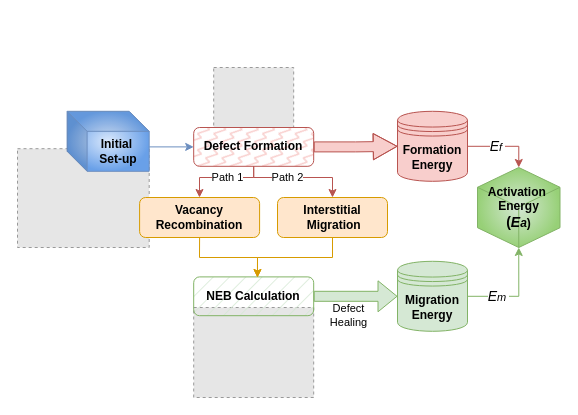
yicao-elina/drawio keeps this draw.io diagram as Copy of Untitled Diagram.drawio. Above is the earlier version. Source tidied: cells renumbered, new cells numbered last; positions are measured from the earlier drawing's top-left corner, leaving out a move shared by most shapes. Both pictures are drawn from the tidied source at 100%, with x=0, y=0 at pixel (17, 67). Pictures stored in the file or linked from it are replaced by grey dashed boxes.
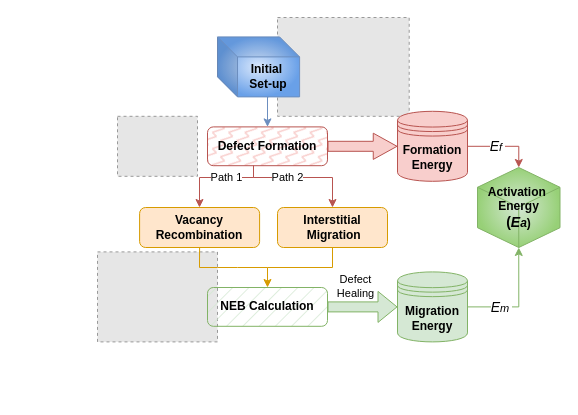
The same page after the edit.

Unchanged cells that the change refers to:
```xml
<mxCell id="6" style="edgeStyle=orthogonalEdgeStyle;rounded=0;jettySize=auto;html=1;entryX=0.5;entryY=0;entryDx=0;entryDy=0;fillColor=#f8cecc;strokeColor=#b85450;" parent="1" edge="1" source="8" target="9">
  <mxGeometry relative="1" as="geometry">
    <Array as="points">
      <mxPoint x="236" y="110" />
      <mxPoint x="315" y="110" />
    </Array>
  </mxGeometry>
</mxCell>
<mxCell id="21" style="endArrow=classic;html=1;rounded=0;entryX=0;entryY=0.5;entryDx=0;entryDy=0;exitX=1;exitY=0.5;exitDx=0;exitDy=0;fillColor=#d5e8d4;strokeColor=#82b366;shape=flexArrow;" parent="1" edge="1" source="11" target="14">
  <mxGeometry relative="1" as="geometry" />
</mxCell>
<mxCell id="25" style="edgeStyle=orthogonalEdgeStyle;rounded=0;jettySize=auto;html=1;fillColor=#f8cecc;strokeColor=#b85450;" parent="1" edge="1" source="8" target="10">
  <mxGeometry relative="1" as="geometry">
    <Array as="points">
      <mxPoint x="236" y="110" />
      <mxPoint x="182" y="110" />
    </Array>
  </mxGeometry>
</mxCell>
```

What changed in the source:
```diff
@@
     <mxCell id="2" style="fillColor=#E6E6E6;strokeColor=#999999;dashed=1;verticalLabelPosition=bottom;labelBackgroundColor=default;verticalAlign=top;" parent="1" vertex="1">
-      <mxGeometry x="176.2" y="240" width="120" height="90" as="geometry" />
+      <mxGeometry x="80" y="184.4" width="120" height="90" as="geometry" />
     </mxCell>
     <mxCell id="3" style="fillColor=#E6E6E6;strokeColor=#999999;dashed=1;verticalLabelPosition=bottom;labelBackgroundColor=default;verticalAlign=top;" parent="1" vertex="1">
-      <mxGeometry y="81.2" width="131.7" height="98.8" as="geometry" />
+      <mxGeometry x="260" y="-50" width="131.7" height="98.8" as="geometry" />
     </mxCell>
     <mxCell id="4" style="fillColor=#E6E6E6;strokeColor=#999999;dashed=1;verticalLabelPosition=bottom;labelBackgroundColor=default;verticalAlign=top;" parent="1" vertex="1">
-      <mxGeometry x="196.2" width="80" height="60" as="geometry" />
+      <mxGeometry x="100" y="48.8" width="80" height="60" as="geometry" />
     </mxCell>
@@
     <mxCell id="7" value="Path 2" style="edgeLabel;html=1;align=center;verticalAlign=middle;" parent="6" vertex="1">
       <mxGeometry x="-0.2" y="-1" relative="1" as="geometry">
-        <mxPoint y="-2" as="offset" />
+        <mxPoint x="-3" y="-2" as="offset" />
       </mxGeometry>
     </mxCell>
     <mxCell id="8" value="&lt;b&gt;Defect Formation&lt;/b&gt;" style="rounded=1;whiteSpace=wrap;html=1;fontSize=12;glass=0;strokeWidth=1;shadow=0;fillColor=#f8cecc;strokeColor=#b85450;fillStyle=zigzag-line;gradientColor=none;" parent="1" vertex="1">
-      <mxGeometry x="176.2" y="60" width="120" height="38.8" as="geometry" />
+      <mxGeometry x="190" y="59.4" width="120" height="38.8" as="geometry" />
     </mxCell>
     <mxCell id="9" value="&lt;b&gt;Interstitial&lt;br&gt;&amp;nbsp;Migration&lt;/b&gt;" style="rounded=1;whiteSpace=wrap;html=1;fontSize=12;glass=0;strokeWidth=1;shadow=0;fillColor=#ffe6cc;strokeColor=#d79b00;" parent="1" vertex="1">
-      <mxGeometry x="260" y="130" width="110" height="40" as="geometry" />
+      <mxGeometry x="260" y="140" width="110" height="40" as="geometry" />
     </mxCell>
     <mxCell id="10" value="&lt;b&gt;Vacancy Recombination&lt;/b&gt;" style="rounded=1;whiteSpace=wrap;html=1;fontSize=12;glass=0;strokeWidth=1;shadow=0;fillColor=#ffe6cc;strokeColor=#d79b00;" parent="1" vertex="1">
-      <mxGeometry x="122.1" y="130" width="120" height="40" as="geometry" />
+      <mxGeometry x="122.1" y="140" width="120" height="40" as="geometry" />
     </mxCell>
     <mxCell id="11" value="&lt;b&gt;NEB Calculation&lt;/b&gt;" style="rounded=1;whiteSpace=wrap;html=1;fontSize=12;glass=0;strokeWidth=1;shadow=0;fillColor=#d5e8d4;strokeColor=#82b366;fillStyle=hatch;" parent="1" vertex="1">
-      <mxGeometry x="176.2" y="209.4" width="120" height="38.8" as="geometry" />
+      <mxGeometry x="190" y="220" width="120" height="38.8" as="geometry" />
     </mxCell>
-    <mxCell id="12" style="edgeStyle=orthogonalEdgeStyle;rounded=0;jettySize=auto;html=1;entryX=0;entryY=0.5;entryDx=0;entryDy=0;fillColor=#dae8fc;strokeColor=#6c8ebf;" parent="1" edge="1" source="13" target="8">
-      <mxGeometry relative="1" as="geometry">
-        <Array as="points">
-          <mxPoint x="123.2" y="78.8" />
-          <mxPoint x="123.2" y="78.8" />
-        </Array>
-      </mxGeometry>
+    <mxCell id="12" style="edgeStyle=orthogonalEdgeStyle;rounded=0;jettySize=auto;html=1;exitX=0;exitY=0;exitDx=51.045;exitDy=60;exitPerimeter=0;entryX=0.5;entryY=0;entryDx=0;entryDy=0;fillColor=#dae8fc;strokeColor=#6c8ebf;" parent="1" edge="1" source="13" target="8">
+      <mxGeometry relative="1" as="geometry" />
     </mxCell>
     <mxCell id="13" value="&lt;b&gt;Initial&amp;nbsp;&lt;/b&gt;&lt;div&gt;&lt;b&gt;Set-up&lt;/b&gt;&lt;/div&gt;" style="shape=cube;whiteSpace=wrap;html=1;boundedLbl=1;backgroundOutline=1;darkOpacity=0.05;darkOpacity2=0.1;fillColor=#dae8fc;strokeColor=#6c8ebf;fillStyle=solid;gradientColor=#69a0e8;gradientDirection=radial;" parent="1" vertex="1">
-      <mxGeometry x="49.6" y="43.8" width="82.1" height="60" as="geometry" />
+      <mxGeometry x="200" y="-30.6" width="82.1" height="60" as="geometry" />
     </mxCell>
     <mxCell id="14" value="&lt;b&gt;Migration&lt;br&gt;Energy&lt;br&gt;&lt;/b&gt;" style="shape=datastore;whiteSpace=wrap;html=1;fillColor=#d5e8d4;strokeColor=#82b366;fillStyle=auto;" parent="1" vertex="1">
-      <mxGeometry x="380" y="193.8" width="70" height="70" as="geometry" />
+      <mxGeometry x="380" y="204.4" width="70" height="70" as="geometry" />
     </mxCell>
@@
-    <mxCell id="19" style="endArrow=classic;html=1;rounded=0;fillColor=#ffe6cc;strokeColor=#d79b00;exitX=0.5;exitY=1;exitDx=0;exitDy=0;" parent="1" edge="1" source="10">
-      <mxGeometry relative="1" as="geometry">
-        <mxPoint x="240" y="210" as="targetPoint" />
-        <Array as="points">
-          <mxPoint x="182" y="190" />
-          <mxPoint x="240" y="190" />
-        </Array>
-      </mxGeometry>
-    </mxCell>
-    <mxCell id="20" style="endArrow=classic;html=1;rounded=0;fillColor=#ffe6cc;strokeColor=#d79b00;exitX=0.5;exitY=1;exitDx=0;exitDy=0;entryX=0.531;entryY=0.016;entryDx=0;entryDy=0;entryPerimeter=0;" parent="1" edge="1" source="9" target="11">
+    <mxCell id="20" style="endArrow=classic;html=1;rounded=0;fillColor=#ffe6cc;strokeColor=#d79b00;exitX=0.5;exitY=1;exitDx=0;exitDy=0;entryX=0.5;entryY=0;entryDx=0;entryDy=0;" parent="1" edge="1" source="9" target="11">
       <mxGeometry relative="1" as="geometry">
         <Array as="points">
-          <mxPoint x="315" y="190" />
-          <mxPoint x="240" y="190" />
+          <mxPoint x="315" y="200" />
+          <mxPoint x="250" y="200" />
         </Array>
       </mxGeometry>
     </mxCell>
@@
     <mxCell id="22" value="Defect&lt;div&gt;Healing&lt;/div&gt;" style="edgeLabel;html=1;align=center;verticalAlign=middle;" parent="21" vertex="1">
       <mxGeometry x="0.03" y="-2" relative="1" as="geometry">
-        <mxPoint x="-9" y="17" as="offset" />
+        <mxPoint x="-9" y="-23" as="offset" />
       </mxGeometry>
     </mxCell>
@@
     <mxCell id="26" value="Path 1" style="edgeLabel;html=1;align=center;verticalAlign=middle;" parent="25" vertex="1">
       <mxGeometry x="0.19" relative="1" as="geometry">
-        <mxPoint x="13" y="-1" as="offset" />
+        <mxPoint x="18" y="-1" as="offset" />
       </mxGeometry>
     </mxCell>
+    <mxCell id="27" style="endArrow=none;html=1;rounded=0;entryX=0.5;entryY=1;entryDx=0;entryDy=0;fillColor=#ffe6cc;strokeColor=#d79b00;" parent="1" edge="1" target="10">
+      <mxGeometry relative="1" as="geometry">
+        <mxPoint x="250" y="200" as="sourcePoint" />
+        <Array as="points">
+          <mxPoint x="220" y="200" />
+          <mxPoint x="200" y="200" />
+          <mxPoint x="182" y="200" />
+        </Array>
+      </mxGeometry>
+    </mxCell>
```
